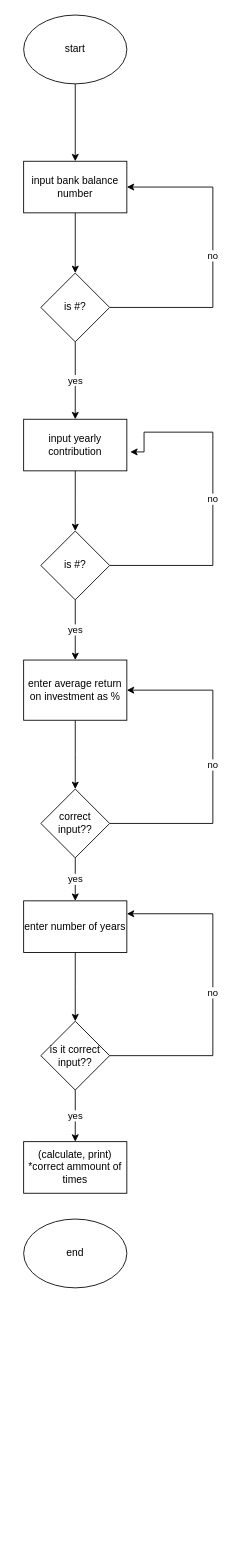
Earlier version of the draw.io diagram advanced flow chart.drawio (WilsonTalentCenter/advpseudoflow-Cg8200). Source tidied: cells renumbered, new cells numbered last; positions are measured from the earlier drawing's top-left corner, leaving out a move shared by most shapes. Both pictures are drawn from the tidied source at 86%, with x=0, y=0 at pixel (23, 15).
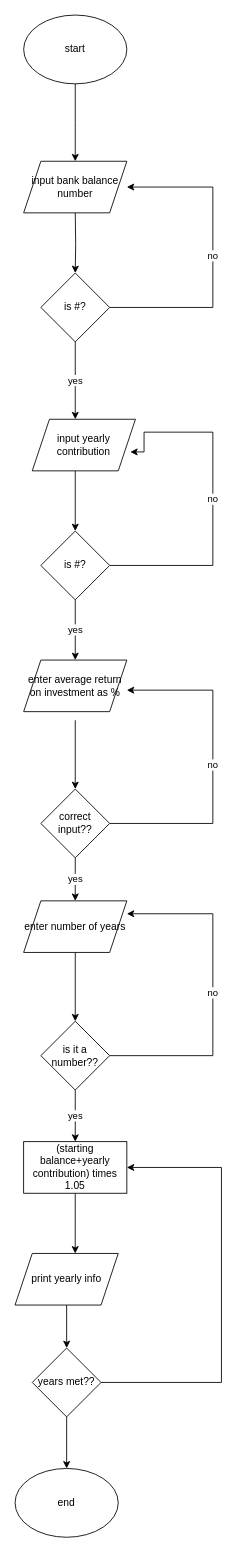
The same page after the edit.

Unchanged cells that the change refers to:
```xml
<mxCell id="3" value="start" style="ellipse;whiteSpace=wrap;html=1;" parent="1" vertex="1">
  <mxGeometry width="120" height="80" as="geometry" />
</mxCell>
<mxCell id="8" value="is #?" style="rhombus;whiteSpace=wrap;html=1;" parent="1" vertex="1">
  <mxGeometry x="20" y="300" width="80" height="80" as="geometry" />
</mxCell>
<mxCell id="13" value="is #?" style="rhombus;whiteSpace=wrap;html=1;" parent="1" vertex="1">
  <mxGeometry x="20" y="600" width="80" height="80" as="geometry" />
</mxCell>
<mxCell id="18" value="correct input??" style="rhombus;whiteSpace=wrap;html=1;" parent="1" vertex="1">
  <mxGeometry x="20" y="900" width="80" height="80" as="geometry" />
</mxCell>
```

Change to the diagram source:
```diff
@@
-    <mxCell id="2" style="edgeStyle=orthogonalEdgeStyle;rounded=0;jettySize=auto;html=1;" parent="1" edge="1" source="3" target="5">
-      <mxGeometry relative="1" as="geometry" />
+    <mxCell id="2" style="edgeStyle=orthogonalEdgeStyle;rounded=0;jettySize=auto;html=1;" parent="1" edge="1" source="3">
+      <mxGeometry relative="1" as="geometry">
+        <mxPoint x="60" y="170" as="targetPoint" />
+      </mxGeometry>
     </mxCell>
@@
-    <mxCell id="4" style="edgeStyle=orthogonalEdgeStyle;rounded=0;jettySize=auto;html=1;" parent="1" edge="1" source="5" target="8">
-      <mxGeometry relative="1" as="geometry" />
+    <mxCell id="4" style="edgeStyle=orthogonalEdgeStyle;rounded=0;jettySize=auto;html=1;" parent="1" edge="1" target="8">
+      <mxGeometry relative="1" as="geometry">
+        <mxPoint x="60" y="230" as="sourcePoint" />
+      </mxGeometry>
     </mxCell>
-    <mxCell id="5" value="input bank balance number" style="whiteSpace=wrap;html=1;" parent="1" vertex="1">
-      <mxGeometry y="170" width="120" height="60" as="geometry" />
-    </mxCell>
-    <mxCell id="6" value="no" style="edgeStyle=orthogonalEdgeStyle;rounded=0;jettySize=auto;html=1;exitX=1;exitY=0.5;exitDx=0;exitDy=0;entryX=1;entryY=0.5;entryDx=0;entryDy=0;" parent="1" edge="1" source="8" target="5">
+    <mxCell id="6" value="no" style="edgeStyle=orthogonalEdgeStyle;rounded=0;jettySize=auto;html=1;exitX=1;exitY=0.5;exitDx=0;exitDy=0;entryX=1;entryY=0.5;entryDx=0;entryDy=0;" parent="1" edge="1" source="8">
       <mxGeometry relative="1" as="geometry">
+        <mxPoint x="120" y="200" as="targetPoint" />
         <Array as="points">
           <mxPoint x="220" y="340" />
           <mxPoint x="220" y="200" />
         </Array>
       </mxGeometry>
     </mxCell>
-    <mxCell id="7" value="yes" style="edgeStyle=orthogonalEdgeStyle;rounded=0;jettySize=auto;html=1;" parent="1" edge="1" source="8" target="11">
-      <mxGeometry relative="1" as="geometry" />
+    <mxCell id="7" value="yes" style="edgeStyle=orthogonalEdgeStyle;rounded=0;jettySize=auto;html=1;" parent="1" edge="1" source="8">
+      <mxGeometry relative="1" as="geometry">
+        <mxPoint x="60" y="470" as="targetPoint" />
+      </mxGeometry>
     </mxCell>
@@
-    <mxCell id="9" value="no" style="edgeStyle=orthogonalEdgeStyle;rounded=0;jettySize=auto;html=1;exitX=1;exitY=0.5;exitDx=0;exitDy=0;entryX=1.033;entryY=0.633;entryDx=0;entryDy=0;entryPerimeter=0;" parent="1" edge="1" source="13" target="11">
+    <mxCell id="9" value="no" style="edgeStyle=orthogonalEdgeStyle;rounded=0;jettySize=auto;html=1;exitX=1;exitY=0.5;exitDx=0;exitDy=0;entryX=1.033;entryY=0.633;entryDx=0;entryDy=0;entryPerimeter=0;" parent="1" edge="1" source="13">
       <mxGeometry relative="1" as="geometry">
+        <mxPoint x="124" y="508" as="targetPoint" />
         <Array as="points">
           <mxPoint x="220" y="640" />
           <mxPoint x="220" y="485" />
           <mxPoint x="140" y="485" />
           <mxPoint x="140" y="508" />
         </Array>
       </mxGeometry>
     </mxCell>
-    <mxCell id="10" style="edgeStyle=orthogonalEdgeStyle;rounded=0;jettySize=auto;html=1;exitX=0.5;exitY=1;exitDx=0;exitDy=0;" parent="1" edge="1" source="11">
+    <mxCell id="10" style="edgeStyle=orthogonalEdgeStyle;rounded=0;orthogonalLoop=1;jettySize=auto;html=1;exitX=0.5;exitY=1;exitDx=0;exitDy=0;" parent="1" edge="1">
       <mxGeometry relative="1" as="geometry">
+        <mxPoint x="60" y="530" as="sourcePoint" />
         <mxPoint x="60" y="600" as="targetPoint" />
       </mxGeometry>
     </mxCell>
-    <mxCell id="11" value="input yearly contribution" style="whiteSpace=wrap;html=1;" parent="1" vertex="1">
-      <mxGeometry y="470" width="120" height="60" as="geometry" />
-    </mxCell>
@@
-    <mxCell id="14" style="edgeStyle=orthogonalEdgeStyle;rounded=0;jettySize=auto;html=1;exitX=0.5;exitY=1;exitDx=0;exitDy=0;" parent="1" edge="1" source="15">
+    <mxCell id="14" style="edgeStyle=orthogonalEdgeStyle;rounded=0;orthogonalLoop=1;jettySize=auto;html=1;exitX=0.5;exitY=1;exitDx=0;exitDy=0;" parent="1" edge="1">
       <mxGeometry relative="1" as="geometry">
+        <mxPoint x="60" y="820" as="sourcePoint" />
         <mxPoint x="60" y="900" as="targetPoint" />
       </mxGeometry>
     </mxCell>
-    <mxCell id="15" value="enter average return on investment as %" style="rounded=0;whiteSpace=wrap;html=1;" parent="1" vertex="1">
-      <mxGeometry y="750" width="120" height="70" as="geometry" />
-    </mxCell>
-    <mxCell id="16" value="no" style="edgeStyle=orthogonalEdgeStyle;rounded=0;jettySize=auto;html=1;exitX=1;exitY=0.5;exitDx=0;exitDy=0;entryX=1;entryY=0.5;entryDx=0;entryDy=0;" parent="1" edge="1" source="18" target="15">
+    <mxCell id="16" value="no" style="edgeStyle=orthogonalEdgeStyle;rounded=0;jettySize=auto;html=1;exitX=1;exitY=0.5;exitDx=0;exitDy=0;entryX=1;entryY=0.5;entryDx=0;entryDy=0;" parent="1" edge="1" source="18">
       <mxGeometry relative="1" as="geometry">
+        <mxPoint x="120" y="785" as="targetPoint" />
         <Array as="points">
           <mxPoint x="220" y="940" />
           <mxPoint x="220" y="785" />
         </Array>
       </mxGeometry>
     </mxCell>
@@
-    <mxCell id="19" style="edgeStyle=orthogonalEdgeStyle;rounded=0;jettySize=auto;html=1;exitX=0.5;exitY=1;exitDx=0;exitDy=0;" parent="1" edge="1" source="20">
+    <mxCell id="19" style="edgeStyle=orthogonalEdgeStyle;rounded=0;orthogonalLoop=1;jettySize=auto;html=1;exitX=0.5;exitY=1;exitDx=0;exitDy=0;" parent="1" edge="1">
       <mxGeometry relative="1" as="geometry">
+        <mxPoint x="60" y="1090" as="sourcePoint" />
         <mxPoint x="60" y="1170" as="targetPoint" />
       </mxGeometry>
     </mxCell>
-    <mxCell id="20" value="enter number of years" style="rounded=0;whiteSpace=wrap;html=1;" parent="1" vertex="1">
-      <mxGeometry y="1030" width="120" height="60" as="geometry" />
-    </mxCell>
-    <mxCell id="21" value="no" style="edgeStyle=orthogonalEdgeStyle;rounded=0;jettySize=auto;html=1;exitX=1;exitY=0.5;exitDx=0;exitDy=0;entryX=1;entryY=0.25;entryDx=0;entryDy=0;" parent="1" edge="1" source="23" target="20">
+    <mxCell id="21" value="no" style="edgeStyle=orthogonalEdgeStyle;rounded=0;jettySize=auto;html=1;exitX=1;exitY=0.5;exitDx=0;exitDy=0;entryX=1;entryY=0.25;entryDx=0;entryDy=0;" parent="1" edge="1" source="23">
       <mxGeometry relative="1" as="geometry">
+        <mxPoint x="120" y="1045" as="targetPoint" />
         <Array as="points">
           <mxPoint x="220" y="1210" />
           <mxPoint x="220" y="1045" />
         </Array>
       </mxGeometry>
     </mxCell>
@@
-    <mxCell id="23" value="is it correct input??" style="rhombus;whiteSpace=wrap;html=1;" parent="1" vertex="1">
+    <mxCell id="23" value="is it a number??" style="rhombus;whiteSpace=wrap;html=1;" parent="1" vertex="1">
       <mxGeometry x="20" y="1170" width="80" height="80" as="geometry" />
     </mxCell>
     <mxCell id="24" value="end" style="ellipse;whiteSpace=wrap;html=1;" parent="1" vertex="1">
-      <mxGeometry y="1400" width="120" height="80" as="geometry" />
+      <mxGeometry x="-10" y="1690" width="120" height="80" as="geometry" />
     </mxCell>
-    <mxCell id="25" value="(calculate, print) *correct ammount of times" style="rounded=0;whiteSpace=wrap;html=1;" parent="1" vertex="1">
-      <mxGeometry y="1310" width="120" height="60" as="geometry" />
-    </mxCell>
+    <mxCell id="26" style="edgeStyle=orthogonalEdgeStyle;rounded=0;jettySize=auto;html=1;exitX=0.5;exitY=1;exitDx=0;exitDy=0;entryX=0.583;entryY=0;entryDx=0;entryDy=0;entryPerimeter=0;" parent="1" edge="1" source="27" target="29">
+      <mxGeometry relative="1" as="geometry" />
+    </mxCell>
+    <mxCell id="27" value="(starting balance+yearly contribution) times 1.05" style="rounded=0;whiteSpace=wrap;html=1;" parent="1" vertex="1">
+      <mxGeometry y="1310" width="120" height="60" as="geometry" />
+    </mxCell>
+    <mxCell id="20" value="&lt;span&gt;enter number of years&lt;/span&gt;" style="shape=parallelogram;perimeter=parallelogramPerimeter;whiteSpace=wrap;html=1;fixedSize=1;" parent="1" vertex="1">
+      <mxGeometry y="1030" width="120" height="60" as="geometry" />
+    </mxCell>
+    <mxCell id="15" value="&lt;span&gt;enter average return on investment as %&lt;/span&gt;" style="shape=parallelogram;perimeter=parallelogramPerimeter;whiteSpace=wrap;html=1;fixedSize=1;" parent="1" vertex="1">
+      <mxGeometry y="750" width="120" height="60" as="geometry" />
+    </mxCell>
+    <mxCell id="11" value="&lt;span&gt;input yearly contribution&lt;/span&gt;" style="shape=parallelogram;perimeter=parallelogramPerimeter;whiteSpace=wrap;html=1;fixedSize=1;" parent="1" vertex="1">
+      <mxGeometry x="10" y="470" width="120" height="60" as="geometry" />
+    </mxCell>
+    <mxCell id="5" value="&lt;span&gt;input bank balance number&lt;/span&gt;" style="shape=parallelogram;perimeter=parallelogramPerimeter;whiteSpace=wrap;html=1;fixedSize=1;" parent="1" vertex="1">
+      <mxGeometry y="170" width="120" height="60" as="geometry" />
+    </mxCell>
+    <mxCell id="28" style="edgeStyle=orthogonalEdgeStyle;rounded=0;jettySize=auto;html=1;exitX=0.5;exitY=1;exitDx=0;exitDy=0;entryX=0.5;entryY=0;entryDx=0;entryDy=0;" parent="1" edge="1" source="29" target="32">
+      <mxGeometry relative="1" as="geometry" />
+    </mxCell>
+    <mxCell id="29" value="print yearly info" style="shape=parallelogram;perimeter=parallelogramPerimeter;whiteSpace=wrap;html=1;fixedSize=1;" parent="1" vertex="1">
+      <mxGeometry x="-10" y="1440" width="120" height="60" as="geometry" />
+    </mxCell>
+    <mxCell id="30" style="edgeStyle=orthogonalEdgeStyle;rounded=0;jettySize=auto;html=1;exitX=0.5;exitY=1;exitDx=0;exitDy=0;entryX=0.5;entryY=0;entryDx=0;entryDy=0;" parent="1" edge="1" source="32" target="24">
+      <mxGeometry relative="1" as="geometry" />
+    </mxCell>
+    <mxCell id="31" style="edgeStyle=orthogonalEdgeStyle;rounded=0;jettySize=auto;html=1;exitX=1;exitY=0.5;exitDx=0;exitDy=0;entryX=1;entryY=0.5;entryDx=0;entryDy=0;" parent="1" edge="1" source="32" target="27">
+      <mxGeometry relative="1" as="geometry">
+        <Array as="points">
+          <mxPoint x="230" y="1590" />
+          <mxPoint x="230" y="1340" />
+        </Array>
+      </mxGeometry>
+    </mxCell>
+    <mxCell id="32" value="years met??" style="rhombus;whiteSpace=wrap;html=1;" parent="1" vertex="1">
+      <mxGeometry x="10" y="1550" width="80" height="80" as="geometry" />
+    </mxCell>
```
